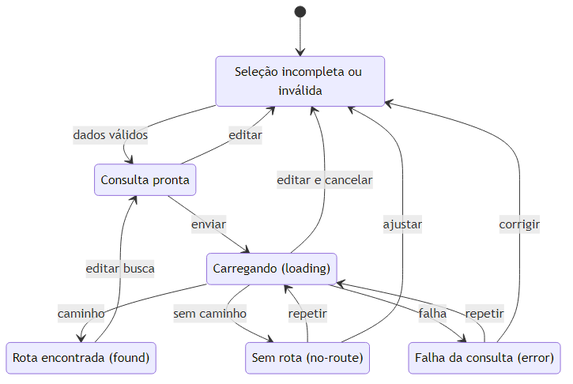
Luizfmaia10-dev/TP-Grafos keeps this Mermaid diagram as entregas/etapa-1-modelagem-e-planejamento/diagramas-renderizados/diagrama-estados-01.png. Above is the earlier version. Its source is kept beside it as docs/diagrams/source/diagrama-estados-01.mmd.
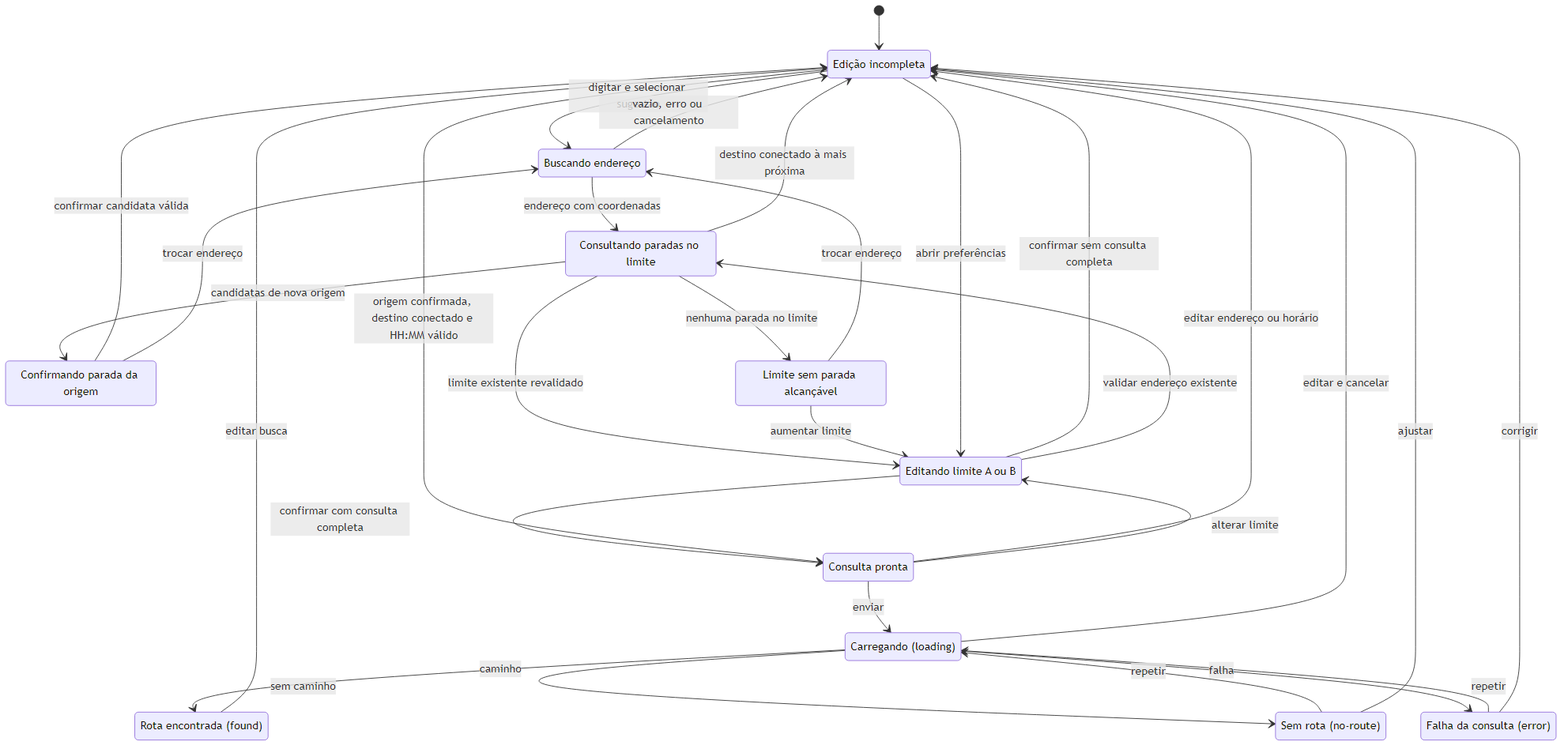
After the change.

Diff of the diagram source:
```diff
@@ -1,19 +1,40 @@
 stateDiagram-v2
     [*] --> Editing
-    state "Seleção incompleta ou inválida" as Editing
+    state "Edição incompleta" as Editing
+    state "Buscando endereço" as Geocoding
+    state "Consultando paradas no limite" as Snapping
+    state "Confirmando parada da origem" as OriginChoice
+    state "Limite sem parada alcançável" as Insufficient
+    state "Editando limite A ou B" as LimitEditing
     state "Consulta pronta" as Ready
     state "Carregando (loading)" as Loading
     state "Rota encontrada (found)" as Found
     state "Sem rota (no-route)" as NoRoute
     state "Falha da consulta (error)" as Error
-    Editing --> Ready: dados válidos
-    Ready --> Editing: editar
+    Editing --> Geocoding: digitar e selecionar sugestão
+    Geocoding --> Snapping: endereço com coordenadas
+    Geocoding --> Editing: vazio, erro ou cancelamento
+    Snapping --> OriginChoice: candidatas de nova origem
+    Snapping --> Editing: destino conectado à mais próxima
+    Snapping --> LimitEditing: limite existente revalidado
+    Snapping --> Insufficient: nenhuma parada no limite
+    OriginChoice --> Editing: confirmar candidata válida
+    OriginChoice --> Geocoding: trocar endereço
+    Insufficient --> LimitEditing: aumentar limite
+    Insufficient --> Geocoding: trocar endereço
+    Editing --> LimitEditing: abrir preferências
+    LimitEditing --> Editing: confirmar sem consulta completa
+    LimitEditing --> Ready: confirmar com consulta completa
+    LimitEditing --> Snapping: validar endereço existente
+    Editing --> Ready: origem confirmada, destino conectado e HH:MM válido
+    Ready --> Editing: editar endereço ou horário
+    Ready --> LimitEditing: alterar limite
     Ready --> Loading: enviar
     Loading --> Found: caminho
     Loading --> NoRoute: sem caminho
     Loading --> Error: falha
     Loading --> Editing: editar e cancelar
-    Found --> Ready: editar busca
+    Found --> Editing: editar busca
     NoRoute --> Loading: repetir
     NoRoute --> Editing: ajustar
     Error --> Loading: repetir
```
